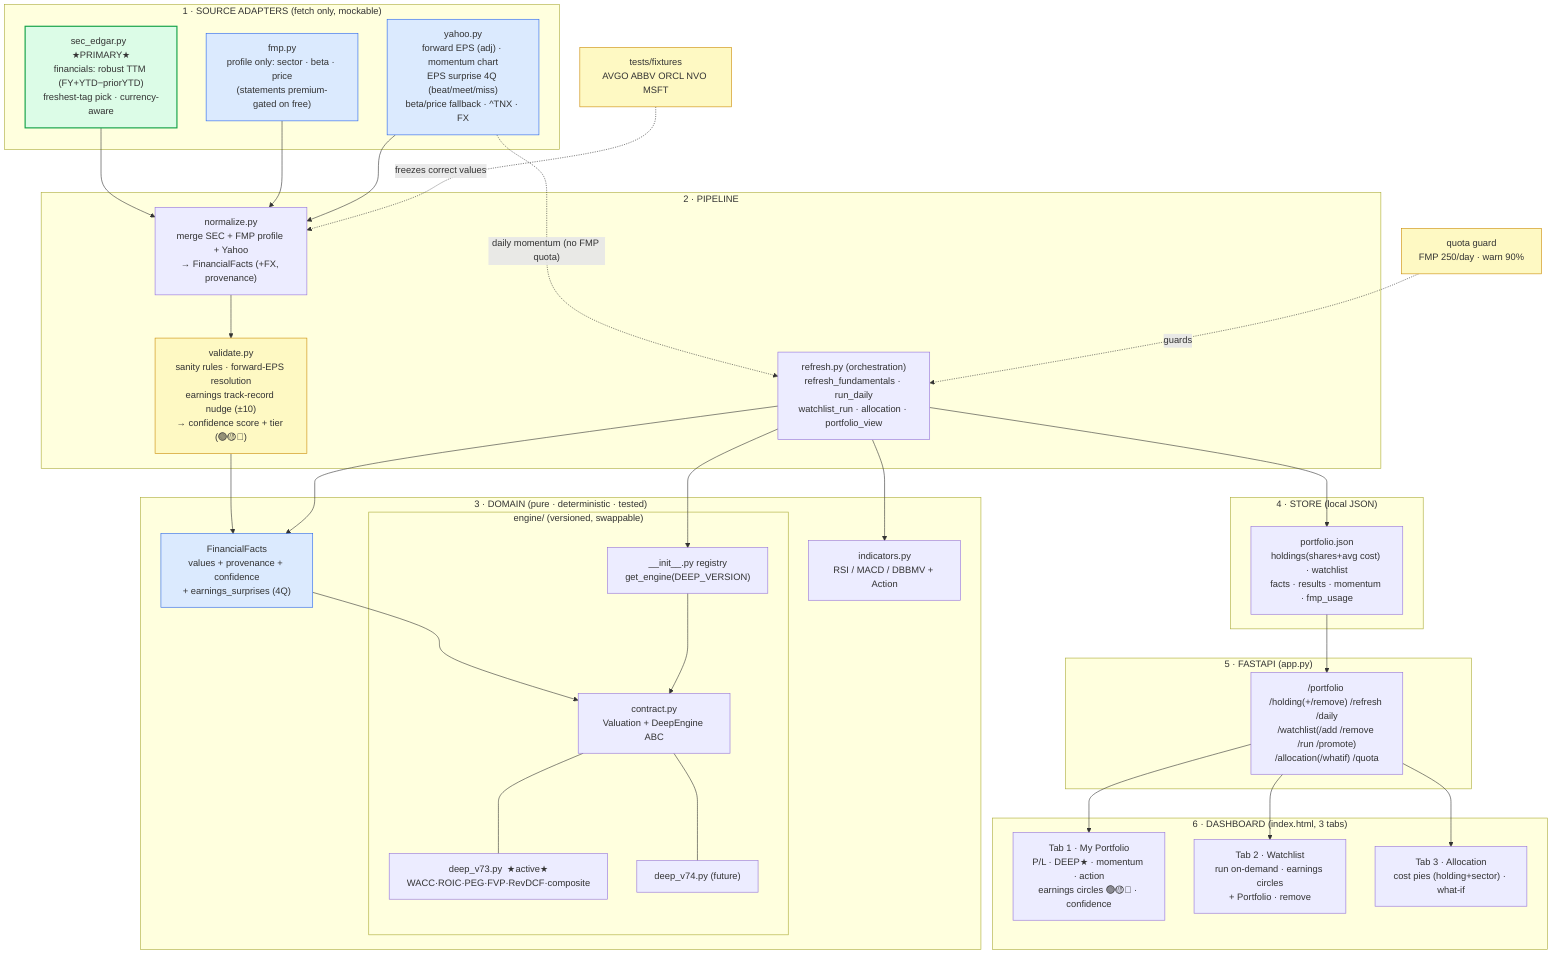
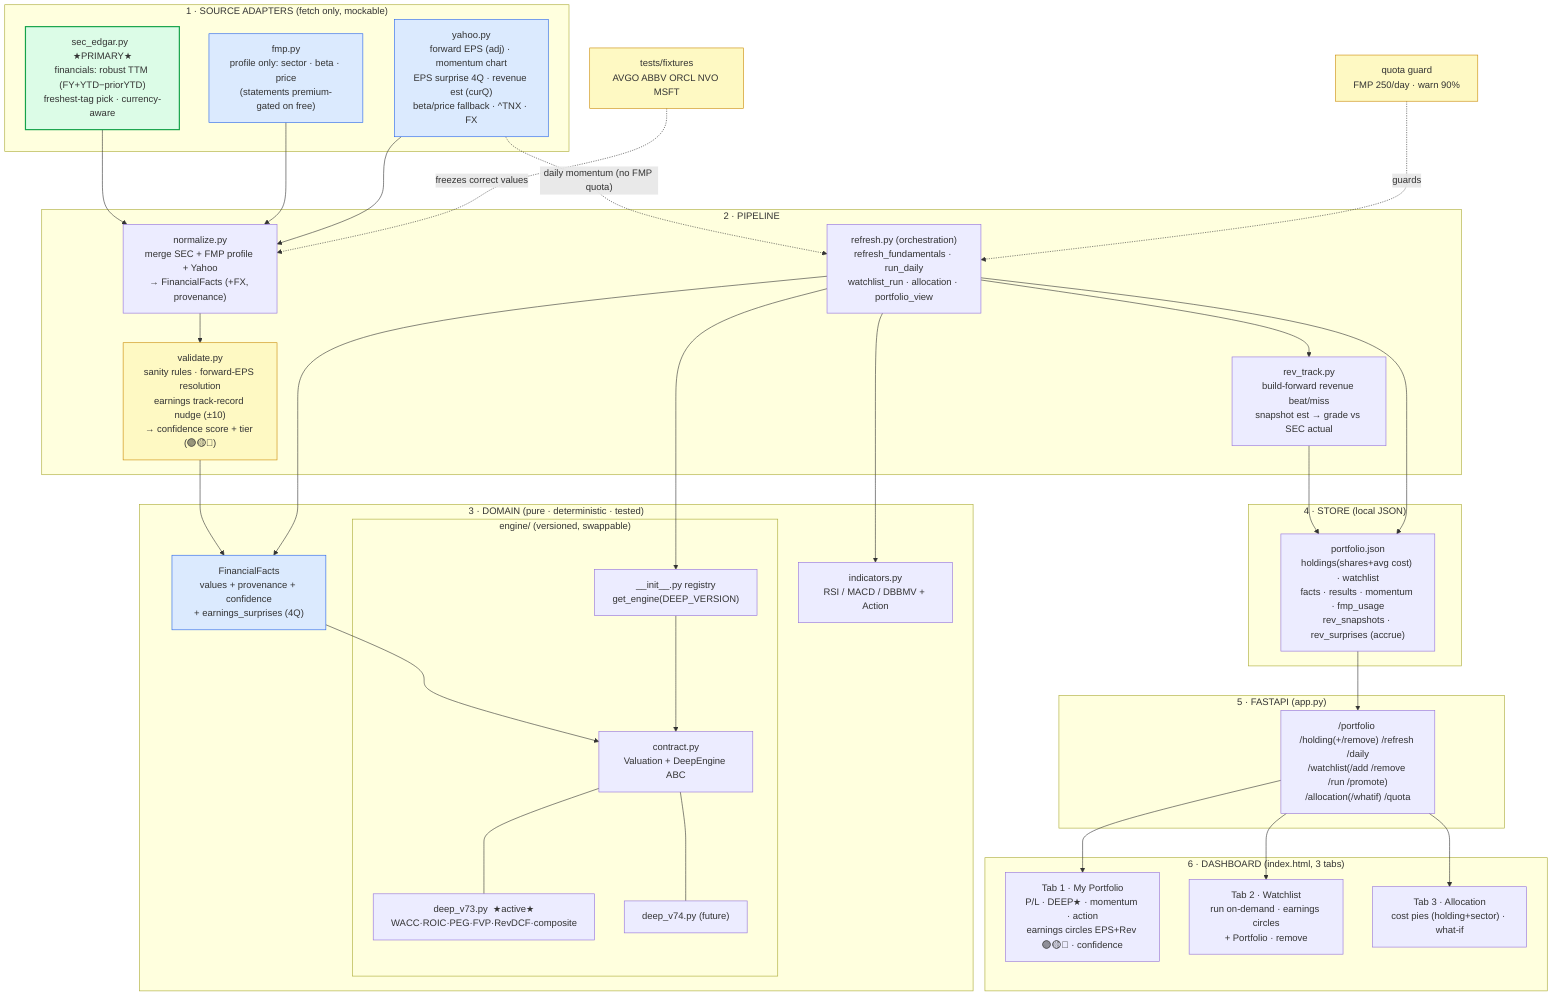
flowchart TD
    subgraph SRC["1 · SOURCE ADAPTERS  (fetch only, mockable)"]
        SEC["sec_edgar.py  ★PRIMARY★<br/>financials: robust TTM (FY+YTD−priorYTD)<br/>freshest-tag pick · currency-aware"]
        FMP["fmp.py<br/>profile only: sector · beta · price<br/>(statements premium-gated on free)"]
-         YH["yahoo.py<br/>forward EPS (adj) · momentum chart<br/>EPS surprise 4Q (beat/meet/miss)<br/>beta/price fallback · ^TNX · FX"]
+         YH["yahoo.py<br/>forward EPS (adj) · momentum chart<br/>EPS surprise 4Q · revenue est (curQ)<br/>beta/price fallback · ^TNX · FX"]
    end

    subgraph PIPE["2 · PIPELINE"]
        NORM["normalize.py<br/>merge SEC + FMP profile + Yahoo<br/>→ FinancialFacts (+FX, provenance)"]
        VAL["validate.py<br/>sanity rules · forward-EPS resolution<br/>earnings track-record nudge (±10)<br/>→ confidence score + tier (🟢🟡🔴)"]
+         RT["rev_track.py<br/>build-forward revenue beat/miss<br/>snapshot est → grade vs SEC actual"]
        REF["refresh.py (orchestration)<br/>refresh_fundamentals · run_daily<br/>watchlist_run · allocation · portfolio_view"]
    end

    subgraph DOM["3 · DOMAIN  (pure · deterministic · tested)"]
        FACTS["FinancialFacts<br/>values + provenance + confidence<br/>+ earnings_surprises (4Q)"]
        IND["indicators.py<br/>RSI / MACD / DBBMV + Action"]
        subgraph ENG["engine/  (versioned, swappable)"]
            CON["contract.py<br/>Valuation + DeepEngine ABC"]
            V73["deep_v73.py  ★active★<br/>WACC·ROIC·PEG·FVP·RevDCF·composite"]
            V74["deep_v74.py  (future)"]
            REG["__init__.py registry<br/>get_engine(DEEP_VERSION)"]
        end
    end

    subgraph STORE["4 · STORE  (local JSON)"]
-         PORT["portfolio.json<br/>holdings(shares+avg cost) · watchlist<br/>facts · results · momentum · fmp_usage"]
+         PORT["portfolio.json<br/>holdings(shares+avg cost) · watchlist<br/>facts · results · momentum · fmp_usage<br/>rev_snapshots · rev_surprises (accrue)"]
    end

    subgraph API["5 · FASTAPI (app.py)"]
        EP["/portfolio /holding(+/remove) /refresh /daily<br/>/watchlist(/add /remove /run /promote)<br/>/allocation(/whatif) /quota"]
    end

    subgraph UI["6 · DASHBOARD (index.html, 3 tabs)"]
-         T1["Tab 1 · My Portfolio<br/>P/L · DEEP★ · momentum · action<br/>earnings circles 🟢🟡🔴 · confidence"]
+         T1["Tab 1 · My Portfolio<br/>P/L · DEEP★ · momentum · action<br/>earnings circles EPS+Rev 🟢🟡🔴 · confidence"]
        T2["Tab 2 · Watchlist<br/>run on-demand · earnings circles<br/>+ Portfolio · remove"]
        T3["Tab 3 · Allocation<br/>cost pies (holding+sector) · what-if"]
    end

    SEC --> NORM
    FMP --> NORM
    YH --> NORM
    NORM --> VAL --> FACTS
    FACTS --> CON
    CON --- V73
    CON --- V74
    REG --> CON
    REF --> FACTS
    REF --> IND
    REF --> REG
+     REF --> RT
+     RT --> PORT
    REF --> PORT
    PORT --> EP
    EP --> T1
    EP --> T2
    EP --> T3
    YH -. daily momentum (no FMP quota) .-> REF
    QUOTA["quota guard<br/>FMP 250/day · warn 90%"]
    QUOTA -. guards .-> REF
    FIX["tests/fixtures<br/>AVGO ABBV ORCL NVO MSFT"]
    FIX -. freezes correct values .-> NORM

    classDef primary fill:#dcfce7,stroke:#16a34a,stroke-width:2px;
    classDef data fill:#dbeafe,stroke:#2563eb;
    classDef guard fill:#fef9c3,stroke:#ca8a04;
    class SEC primary;
    class FMP,YH,FACTS data;
    class VAL,QUOTA,FIX guard;
